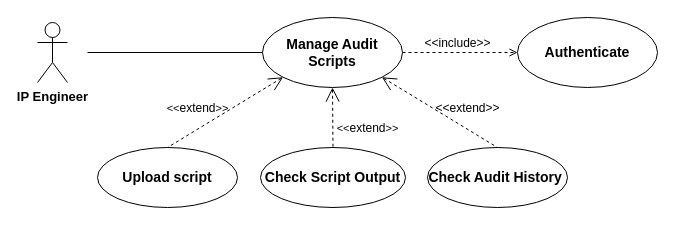
The draw.io diagram use_case_i.drawio in DrXneaky/Diagram, before the edit. Source tidied: cells renumbered, new cells numbered last; positions are measured from the earlier drawing's top-left corner, leaving out a move shared by most shapes. Both pictures are drawn from the tidied source at 100%, with x=0, y=0 at pixel (37, 17).
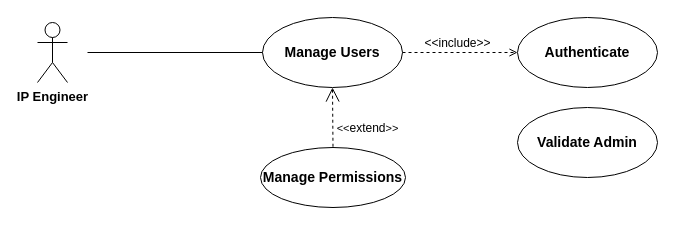
Above is the later version.

Change to the diagram source:
```diff
@@
 <mxGraphModel>
   <root>
     <mxCell id="0" />
     <mxCell id="1" parent="0" />
     <mxCell id="2" value="&lt;font face=&quot;Old Standard TT&quot; size=&quot;1&quot;&gt;&lt;b style=&quot;font-size: 13px&quot;&gt;IP Engineer&lt;/b&gt;&lt;/font&gt;" style="shape=umlActor;html=1;verticalLabelPosition=bottom;verticalAlign=top;align=center;" parent="1" vertex="1">
       <mxGeometry y="5" width="30" height="60" as="geometry" />
     </mxCell>
     <mxCell id="3" value="&lt;font face=&quot;Old Standard TT&quot;&gt;&lt;span style=&quot;font-size: 14px&quot;&gt;&lt;b&gt;Authenticate&lt;/b&gt;&lt;/span&gt;&lt;/font&gt;" style="ellipse;whiteSpace=wrap;html=1;fillColor=none;" parent="1" vertex="1">
       <mxGeometry x="480" width="140" height="70" as="geometry" />
     </mxCell>
-    <mxCell id="4" value="&lt;font face=&quot;Old Standard TT&quot; size=&quot;1&quot;&gt;&lt;b style=&quot;font-size: 14px&quot;&gt;Manage Audit Scripts&lt;/b&gt;&lt;/font&gt;" style="ellipse;whiteSpace=wrap;html=1;fillColor=none;" parent="1" vertex="1">
+    <mxCell id="4" value="&lt;font face=&quot;Old Standard TT&quot; size=&quot;1&quot;&gt;&lt;b style=&quot;font-size: 14px&quot;&gt;Manage Users&lt;/b&gt;&lt;/font&gt;" style="ellipse;whiteSpace=wrap;html=1;fillColor=none;" parent="1" vertex="1">
       <mxGeometry x="225" width="140" height="70" as="geometry" />
     </mxCell>
     <mxCell id="5" value="&lt;font style=&quot;font-size: 12px&quot;&gt;&amp;lt;&amp;lt;&lt;font face=&quot;Old Standard TT&quot; style=&quot;font-size: 12px&quot;&gt;include&lt;/font&gt;&amp;gt;&amp;gt;&lt;/font&gt;" style="edgeStyle=none;html=1;endArrow=open;verticalAlign=bottom;dashed=1;labelBackgroundColor=none;exitX=1;exitY=0.5;exitDx=0;exitDy=0;entryX=0;entryY=0.5;entryDx=0;entryDy=0;" parent="1" edge="1" source="4" target="3">
       <mxGeometry x="-0.04" relative="1" as="geometry" />
     </mxCell>
     <mxCell id="6" style="edgeStyle=none;html=1;endArrow=none;verticalAlign=bottom;entryX=0;entryY=0.5;entryDx=0;entryDy=0;" parent="1" edge="1" target="4">
       <mxGeometry relative="1" as="geometry">
         <mxPoint x="50" y="35" as="sourcePoint" />
       </mxGeometry>
     </mxCell>
-    <mxCell id="7" value="&lt;font face=&quot;Old Standard TT&quot; size=&quot;1&quot;&gt;&lt;b style=&quot;font-size: 14px&quot;&gt;Upload script&lt;/b&gt;&lt;/font&gt;" style="ellipse;whiteSpace=wrap;html=1;fillColor=none;" parent="1" vertex="1">
-      <mxGeometry x="60" y="130" width="140" height="60" as="geometry" />
-    </mxCell>
-    <mxCell id="8" value="&lt;font face=&quot;Old Standard TT&quot; size=&quot;1&quot;&gt;&lt;b style=&quot;font-size: 14px&quot;&gt;Check Audit History&amp;nbsp;&lt;/b&gt;&lt;/font&gt;" style="ellipse;whiteSpace=wrap;html=1;fillColor=none;" parent="1" vertex="1">
-      <mxGeometry x="390" y="130" width="140" height="60" as="geometry" />
-    </mxCell>
-    <mxCell id="9" value="&lt;font face=&quot;Old Standard TT&quot; size=&quot;1&quot;&gt;&lt;b style=&quot;font-size: 14px&quot;&gt;Check Script Output&lt;/b&gt;&lt;/font&gt;" style="ellipse;whiteSpace=wrap;html=1;fillColor=none;" parent="1" vertex="1">
+    <mxCell id="9" value="&lt;font face=&quot;Old Standard TT&quot; size=&quot;1&quot;&gt;&lt;b style=&quot;font-size: 14px&quot;&gt;Manage Permissions&lt;/b&gt;&lt;/font&gt;" style="ellipse;whiteSpace=wrap;html=1;fillColor=none;" parent="1" vertex="1">
       <mxGeometry x="223" y="130" width="145" height="60" as="geometry" />
     </mxCell>
-    <mxCell id="10" value="&lt;font style=&quot;font-size: 12px&quot;&gt;&amp;lt;&amp;lt;&lt;font face=&quot;Old Standard TT&quot; style=&quot;font-size: 12px&quot;&gt;extend&lt;/font&gt;&amp;gt;&amp;gt;&lt;/font&gt;" style="edgeStyle=none;html=1;startArrow=open;endArrow=none;startSize=12;verticalAlign=bottom;dashed=1;labelBackgroundColor=none;exitX=1;exitY=1;exitDx=0;exitDy=0;entryX=0.5;entryY=0;entryDx=0;entryDy=0;" parent="1" edge="1" source="4" target="8">
-      <mxGeometry x="0.39" y="10" relative="1" as="geometry" />
-    </mxCell>
-    <mxCell id="11" value="&amp;lt;&amp;lt;&lt;font face=&quot;Old Standard TT&quot; style=&quot;font-size: 12px&quot;&gt;extend&lt;/font&gt;&amp;gt;&amp;gt;" style="edgeStyle=none;html=1;startArrow=open;endArrow=none;startSize=12;verticalAlign=bottom;dashed=1;labelBackgroundColor=none;entryX=0.5;entryY=0;entryDx=0;entryDy=0;exitX=0;exitY=1;exitDx=0;exitDy=0;" parent="1" edge="1" source="4" target="7">
-      <mxGeometry x="0.39" y="-10" relative="1" as="geometry" />
-    </mxCell>
     <mxCell id="12" value="&amp;lt;&amp;lt;&lt;font face=&quot;Old Standard TT&quot; style=&quot;font-size: 12px&quot;&gt;extend&lt;/font&gt;&amp;gt;&amp;gt;" style="edgeStyle=none;html=1;startArrow=open;endArrow=none;startSize=12;verticalAlign=bottom;dashed=1;labelBackgroundColor=none;entryX=0.5;entryY=0;entryDx=0;entryDy=0;exitX=0.5;exitY=1;exitDx=0;exitDy=0;" parent="1" edge="1" source="4" target="9">
       <mxGeometry x="0.68" y="35" relative="1" as="geometry" />
     </mxCell>
+    <mxCell id="13" value="&lt;font face=&quot;Old Standard TT&quot;&gt;&lt;span style=&quot;font-size: 14px&quot;&gt;&lt;b&gt;Validate Admin&lt;/b&gt;&lt;/span&gt;&lt;/font&gt;" style="ellipse;whiteSpace=wrap;html=1;fillColor=none;" parent="1" vertex="1">
+      <mxGeometry x="480" y="90" width="140" height="70" as="geometry" />
+    </mxCell>
   </root>
 </mxGraphModel>
```
